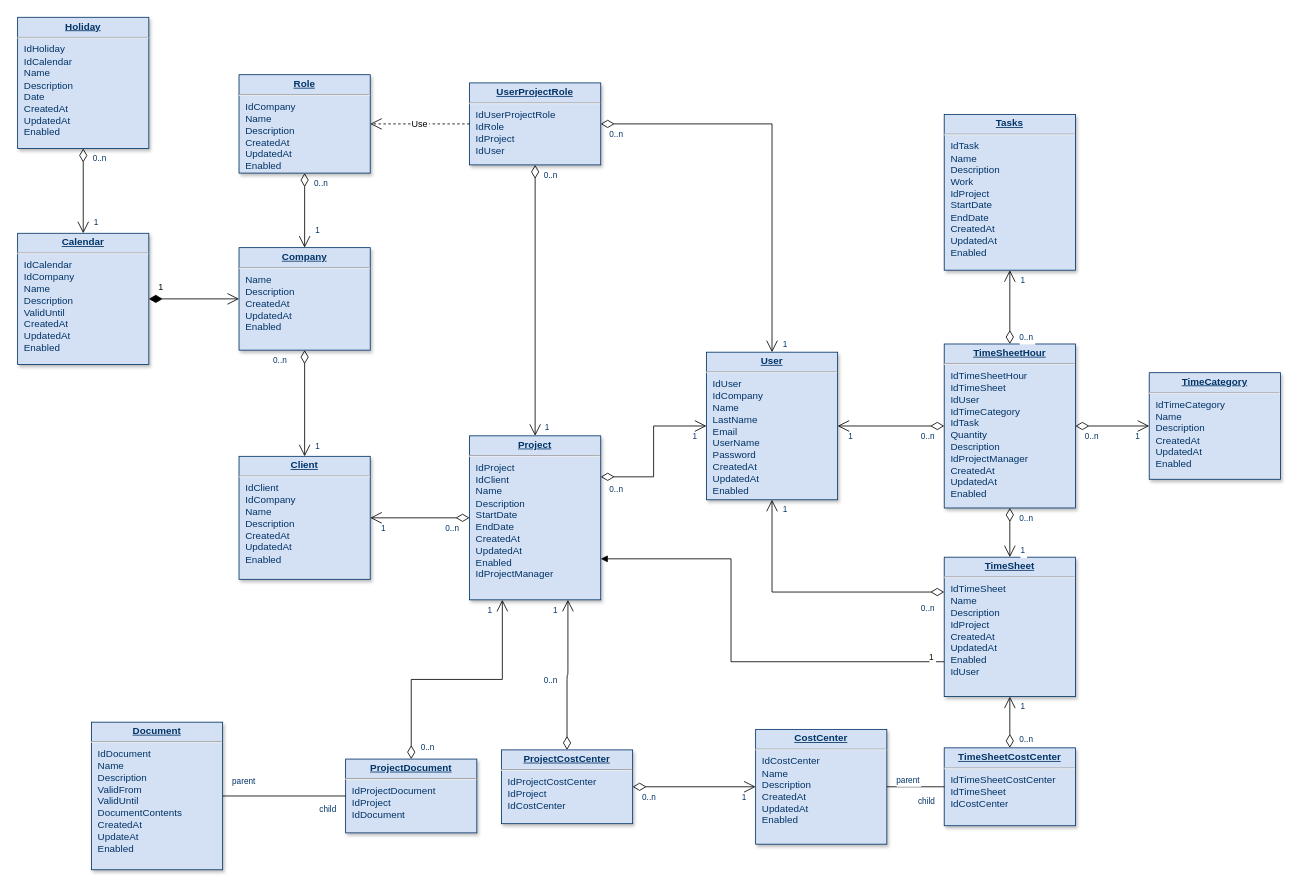
Before: table_flows.drawio in leonardovenan/pysparkFeatures, a draw.io diagram. Source tidied: cells renumbered, new cells numbered last; positions are measured from the earlier drawing's top-left corner, leaving out a move shared by most shapes. Both pictures are drawn from the tidied source at 82%, with x=0, y=0 at pixel (17, 17).
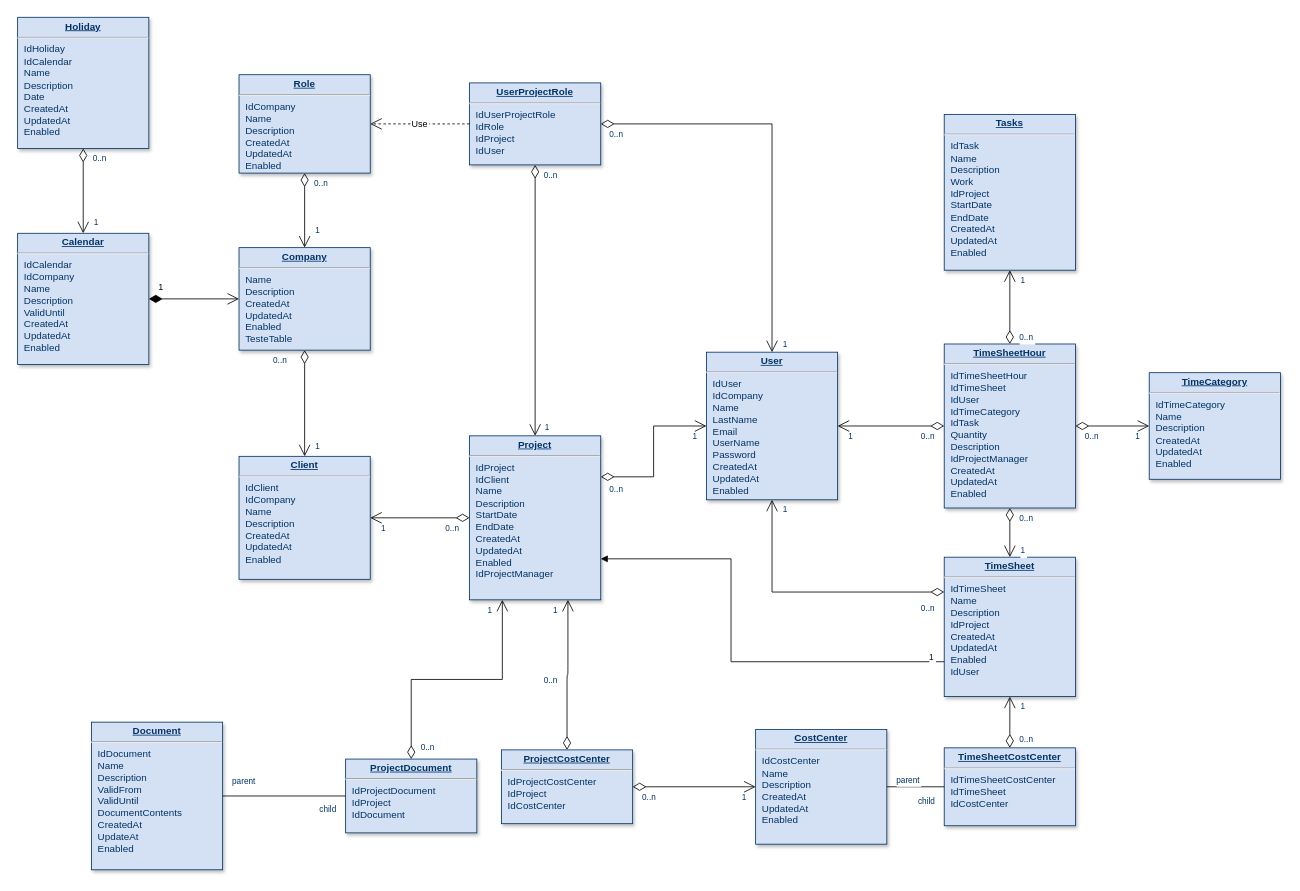
After the change.

What changed in the source:
```diff
@@
-    <mxCell id="3" value="&lt;p style=&quot;margin: 0px; margin-top: 4px; text-align: center; text-decoration: underline;&quot;&gt;&lt;strong&gt;Company&lt;/strong&gt;&lt;/p&gt;&lt;hr /&gt;&lt;p style=&quot;margin: 0px; margin-left: 8px;&quot;&gt;Name&lt;/p&gt;&lt;p style=&quot;margin: 0px; margin-left: 8px;&quot;&gt;Description&lt;/p&gt;&lt;p style=&quot;margin: 0px; margin-left: 8px;&quot;&gt;CreatedAt&lt;/p&gt;&lt;p style=&quot;margin: 0px; margin-left: 8px;&quot;&gt;UpdatedAt&lt;/p&gt;&lt;p style=&quot;margin: 0px; margin-left: 8px;&quot;&gt;Enabled&lt;/p&gt;" style="verticalAlign=top;align=left;overflow=fill;fontSize=12;fontFamily=Helvetica;html=1;strokeColor=#003366;shadow=1;fillColor=#D4E1F5;fontColor=#003366;" parent="1" vertex="1">
+    <mxCell id="3" value="&lt;p style=&quot;margin: 0px; margin-top: 4px; text-align: center; text-decoration: underline;&quot;&gt;&lt;strong&gt;Company&lt;/strong&gt;&lt;/p&gt;&lt;hr&gt;&lt;p style=&quot;margin: 0px; margin-left: 8px;&quot;&gt;Name&lt;/p&gt;&lt;p style=&quot;margin: 0px; margin-left: 8px;&quot;&gt;Description&lt;/p&gt;&lt;p style=&quot;margin: 0px; margin-left: 8px;&quot;&gt;CreatedAt&lt;/p&gt;&lt;p style=&quot;margin: 0px; margin-left: 8px;&quot;&gt;UpdatedAt&lt;/p&gt;&lt;p style=&quot;margin: 0px; margin-left: 8px;&quot;&gt;Enabled&lt;/p&gt;&lt;p style=&quot;margin: 0px; margin-left: 8px;&quot;&gt;TesteTable&lt;/p&gt;&lt;p style=&quot;margin: 0px; margin-left: 8px;&quot;&gt;&lt;br&gt;&lt;/p&gt;" style="verticalAlign=top;align=left;overflow=fill;fontSize=12;fontFamily=Helvetica;html=1;strokeColor=#003366;shadow=1;fillColor=#D4E1F5;fontColor=#003366;" parent="1" vertex="1">
       <mxGeometry x="270" y="280.5" width="160" height="125" as="geometry" />
     </mxCell>
```
